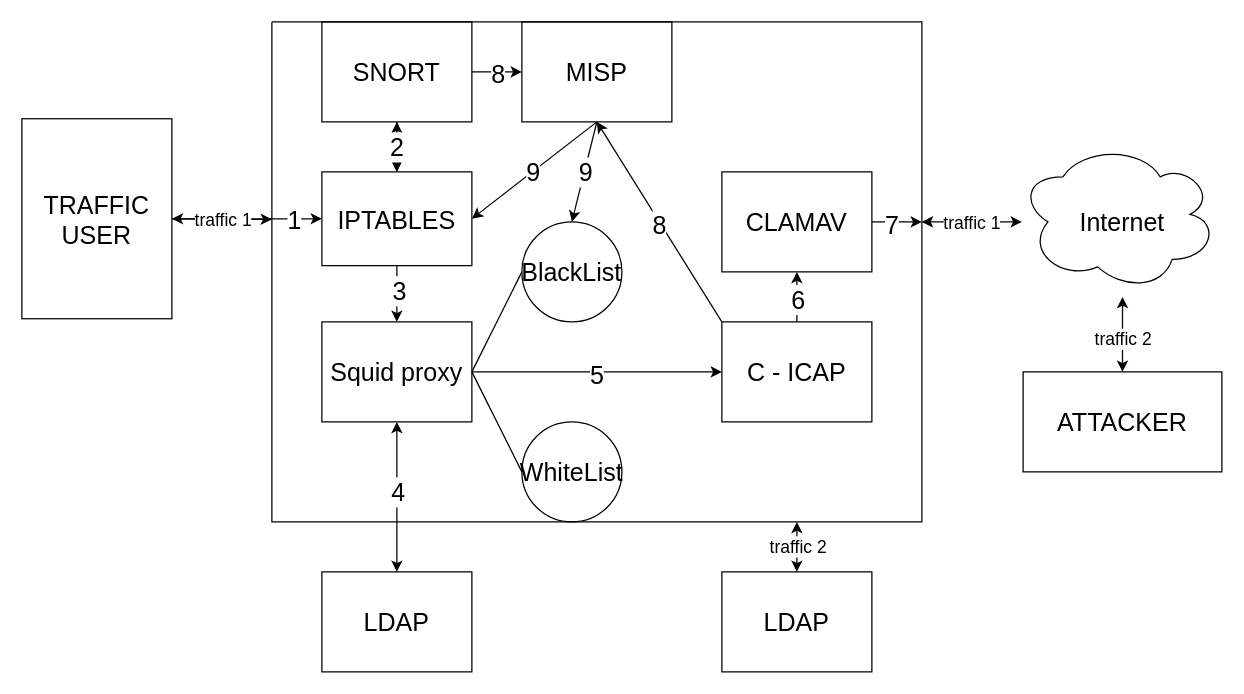
Before: page "Application/Data Architecture" (2 of 4) of ATMNC.drawio in PHU0363569836/Doan-ATMNC, a draw.io diagram. Source tidied: cells renumbered, new cells numbered last; positions are measured from the earlier drawing's top-left corner, leaving out a move shared by most shapes. Both pictures are drawn from the tidied source at 125%, with x=0, y=0 at pixel (21, 21).
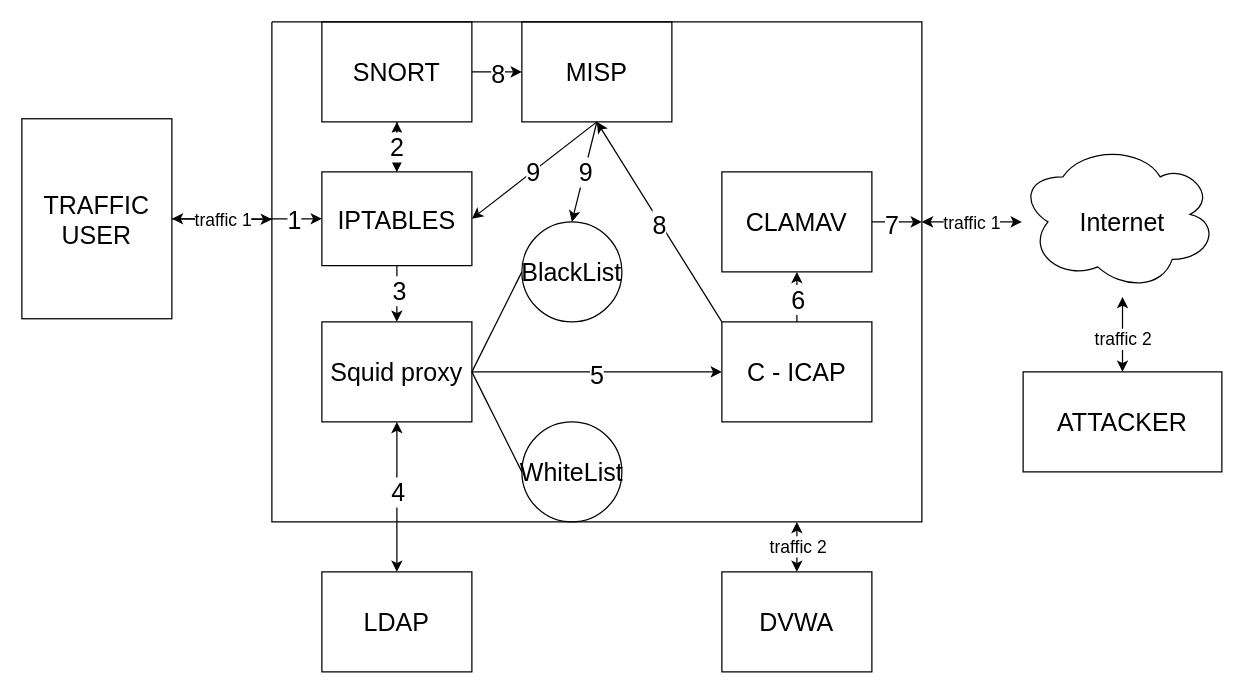
Above is the later version.

The edit, as a diff of the source:
```diff
@@
-    <mxCell id="52" value="&lt;font style=&quot;font-size: 20px;&quot;&gt;LDAP&lt;/font&gt;" style="rounded=0;whiteSpace=wrap;html=1;" parent="1" vertex="1">
+    <mxCell id="52" value="&lt;font style=&quot;font-size: 20px;&quot;&gt;DVWA&lt;/font&gt;" style="rounded=0;whiteSpace=wrap;html=1;" parent="1" vertex="1">
       <mxGeometry x="560" y="440" width="120" height="80" as="geometry" />
     </mxCell>
```
